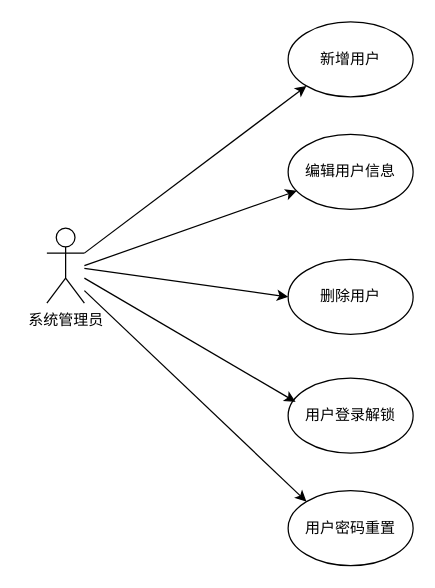
Above: 第三章/用户管理用例图.drawio in yuxinyu12345/diagrams (draw.io), before the change. Source tidied: cells renumbered, new cells numbered last; positions are measured from the earlier drawing's top-left corner, leaving out a move shared by most shapes. Both pictures are drawn from the tidied source at 125%, with x=0, y=0 at pixel (46, 21).
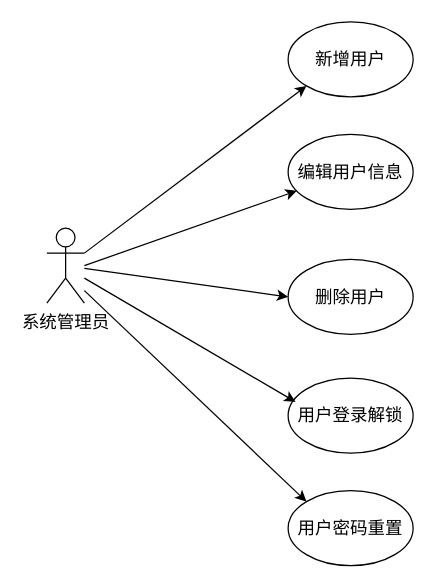
The same page after the edit.

Commit message:
更新用户管理用例图.drawio

Change to the diagram source:
```diff
@@
 <mxGraphModel>
   <root>
     <mxCell id="0" />
     <mxCell id="1" parent="0" />
-    <mxCell id="2" value="系统管理员" style="shape=umlActor;verticalLabelPosition=bottom;verticalAlign=top;html=1;" parent="1" vertex="1">
+    <mxCell id="2" value="系统管理员" style="shape=umlActor;verticalLabelPosition=bottom;verticalAlign=top;html=1;fontSize=14;" parent="1" vertex="1">
       <mxGeometry y="165" width="30" height="60" as="geometry" />
     </mxCell>
-    <mxCell id="3" value="新增用户" style="ellipse;whiteSpace=wrap;html=1;" parent="1" vertex="1">
+    <mxCell id="3" value="新增用户" style="ellipse;whiteSpace=wrap;html=1;fontSize=14;" parent="1" vertex="1">
       <mxGeometry x="193" width="100" height="60" as="geometry" />
     </mxCell>
-    <mxCell id="4" value="编辑用户信息" style="ellipse;whiteSpace=wrap;html=1;" parent="1" vertex="1">
+    <mxCell id="4" value="编辑用户信息" style="ellipse;whiteSpace=wrap;html=1;fontSize=14;" parent="1" vertex="1">
       <mxGeometry x="193" y="90" width="100" height="60" as="geometry" />
     </mxCell>
-    <mxCell id="5" value="删除用户" style="ellipse;whiteSpace=wrap;html=1;" parent="1" vertex="1">
+    <mxCell id="5" value="删除用户" style="ellipse;whiteSpace=wrap;html=1;fontSize=14;" parent="1" vertex="1">
       <mxGeometry x="193" y="190" width="100" height="60" as="geometry" />
     </mxCell>
-    <mxCell id="6" style="endArrow=classic;html=1;rounded=0;exitX=1;exitY=0.3333333333333333;exitDx=0;exitDy=0;exitPerimeter=0;entryX=0;entryY=1;entryDx=0;entryDy=0;" parent="1" edge="1" source="2" target="3">
+    <mxCell id="6" style="endArrow=classic;html=1;rounded=0;exitX=1;exitY=0.3333333333333333;exitDx=0;exitDy=0;exitPerimeter=0;entryX=0;entryY=1;entryDx=0;entryDy=0;fontSize=14;" parent="1" edge="1" source="2" target="3">
       <mxGeometry relative="1" as="geometry" />
     </mxCell>
-    <mxCell id="7" style="endArrow=classic;html=1;rounded=0;entryX=0;entryY=0.5;entryDx=0;entryDy=0;" parent="1" edge="1" source="2" target="5">
+    <mxCell id="7" style="endArrow=classic;html=1;rounded=0;entryX=0;entryY=0.5;entryDx=0;entryDy=0;fontSize=14;" parent="1" edge="1" source="2" target="5">
       <mxGeometry relative="1" as="geometry" />
     </mxCell>
-    <mxCell id="8" style="endArrow=classic;html=1;rounded=0;" parent="1" edge="1" target="4">
+    <mxCell id="8" style="endArrow=classic;html=1;rounded=0;fontSize=14;" parent="1" edge="1" target="4">
       <mxGeometry relative="1" as="geometry">
         <mxPoint x="30" y="195" as="sourcePoint" />
       </mxGeometry>
     </mxCell>
-    <mxCell id="9" value="用户登录解锁" style="ellipse;whiteSpace=wrap;html=1;" parent="1" vertex="1">
+    <mxCell id="9" value="用户登录解锁" style="ellipse;whiteSpace=wrap;html=1;fontSize=14;" parent="1" vertex="1">
       <mxGeometry x="193" y="285" width="100" height="60" as="geometry" />
     </mxCell>
-    <mxCell id="10" style="endArrow=classic;html=1;rounded=0;entryX=0.06;entryY=0.317;entryDx=0;entryDy=0;entryPerimeter=0;" parent="1" edge="1" target="9">
+    <mxCell id="10" style="endArrow=classic;html=1;rounded=0;entryX=0.06;entryY=0.317;entryDx=0;entryDy=0;entryPerimeter=0;fontSize=14;" parent="1" edge="1" target="9">
       <mxGeometry relative="1" as="geometry">
         <mxPoint x="30" y="205" as="sourcePoint" />
       </mxGeometry>
     </mxCell>
-    <mxCell id="11" value="用户密码重置" style="ellipse;whiteSpace=wrap;html=1;" parent="1" vertex="1">
+    <mxCell id="11" value="用户密码重置" style="ellipse;whiteSpace=wrap;html=1;fontSize=14;" parent="1" vertex="1">
       <mxGeometry x="193" y="375" width="100" height="60" as="geometry" />
     </mxCell>
-    <mxCell id="12" style="endArrow=classic;html=1;rounded=0;entryX=0;entryY=0;entryDx=0;entryDy=0;" parent="1" edge="1" target="11">
+    <mxCell id="12" style="endArrow=classic;html=1;rounded=0;entryX=0;entryY=0;entryDx=0;entryDy=0;fontSize=14;" parent="1" edge="1" target="11">
       <mxGeometry relative="1" as="geometry">
         <mxPoint x="30" y="215" as="sourcePoint" />
       </mxGeometry>
     </mxCell>
   </root>
 </mxGraphModel>
```
